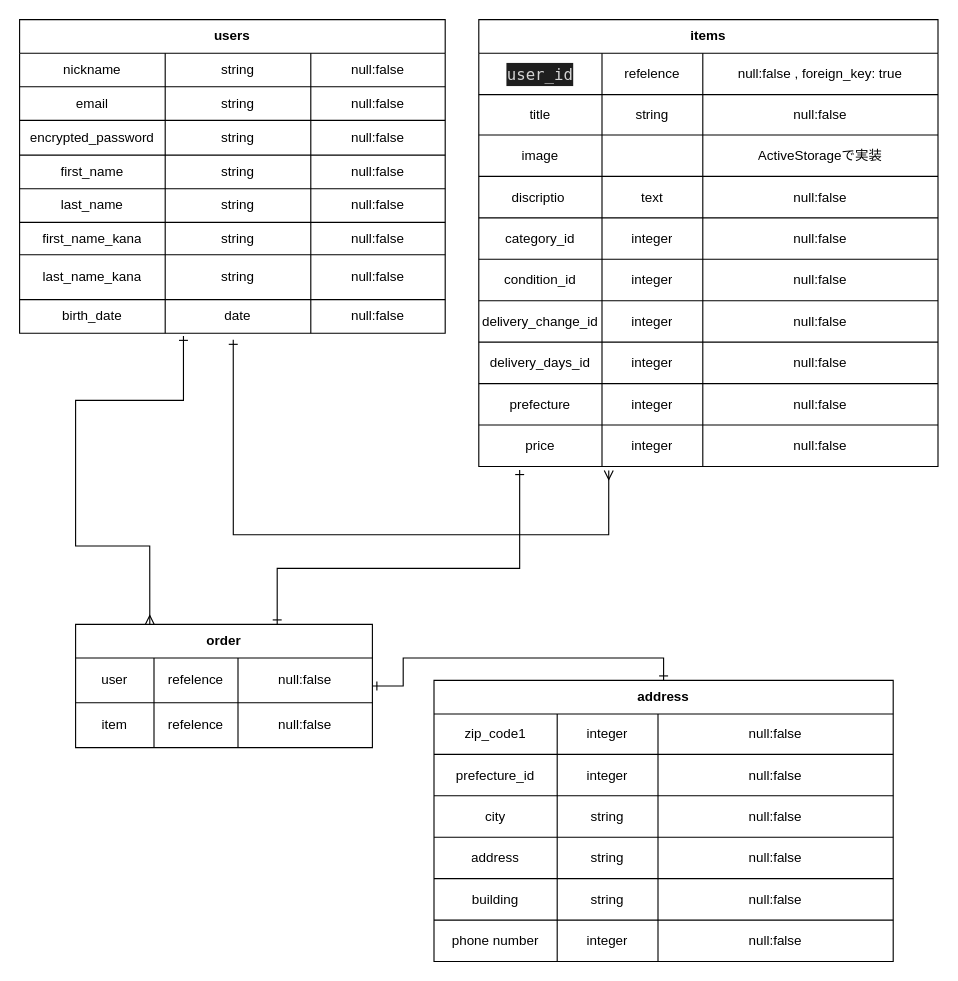
Before: er.dio in songman78/furima-34543, a draw.io diagram. Source tidied: cells renumbered, new cells numbered last; positions are measured from the earlier drawing's top-left corner, leaving out a move shared by most shapes. Both pictures are drawn from the tidied source at 112%, with x=0, y=0 at pixel (19, 19).
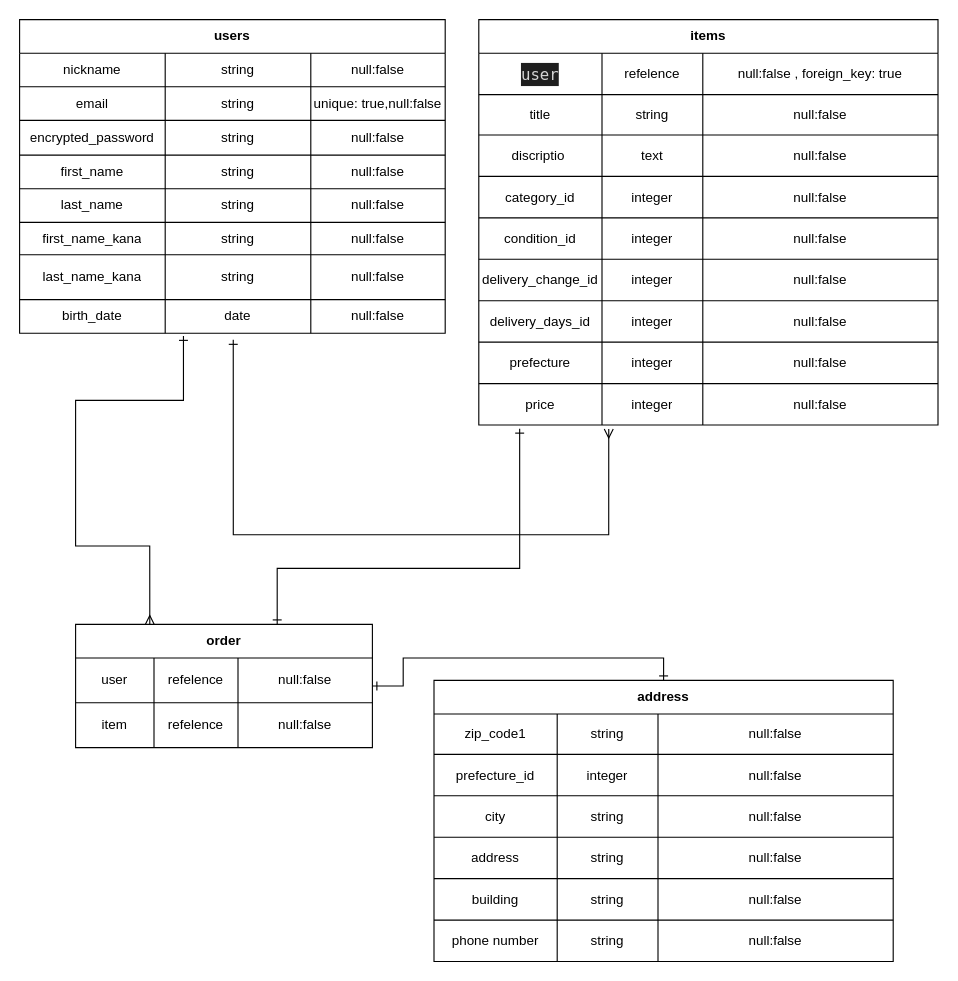
Above is the later version.

Commit message (it also covers changes not shown here):
データベース修正完了２

The change refers to these unchanged cells:
```xml
<mxCell id="8" style="shape=partialRectangle;html=1;whiteSpace=wrap;fillColor=none;top=0;left=0;bottom=0;right=0;" parent="3" vertex="1">
  <mxGeometry y="60" width="380" height="30" as="geometry" />
</mxCell>
<mxCell id="38" style="shape=partialRectangle;html=1;whiteSpace=wrap;fillColor=none;top=0;left=0;bottom=0;right=0;" parent="37" vertex="1">
  <mxGeometry y="30" width="410" height="37" as="geometry" />
</mxCell>
<mxCell id="90" style="shape=partialRectangle;html=1;whiteSpace=wrap;fillColor=none;top=0;left=0;bottom=0;right=0;" parent="89" vertex="1">
  <mxGeometry y="30" width="410" height="36" as="geometry" />
</mxCell>
<mxCell id="110" style="shape=partialRectangle;html=1;whiteSpace=wrap;fillColor=none;top=0;left=0;bottom=0;right=0;" parent="89" vertex="1">
  <mxGeometry y="214" width="410" height="37" as="geometry" />
</mxCell>
```

The edit, as a diff of the source:
```diff
@@
-    <mxCell id="11" value="null:false" style="shape=partialRectangle;html=1;whiteSpace=wrap;fillColor=none;top=0;left=0;bottom=0;right=0;overflow=hidden;" parent="8" vertex="1">
+    <mxCell id="11" value="unique: true,null:false" style="shape=partialRectangle;html=1;whiteSpace=wrap;fillColor=none;top=0;left=0;bottom=0;right=0;overflow=hidden;" parent="8" vertex="1">
       <mxGeometry x="260" width="120" height="30" as="geometry" />
     </mxCell>
@@
     <mxCell id="37" value="items" style="shape=table;html=1;whiteSpace=wrap;startSize=30;childLayout=tableLayout;fontStyle=1;align=center;" parent="1" vertex="1">
-      <mxGeometry x="410" width="410" height="399" as="geometry" />
+      <mxGeometry x="410" width="410" height="362" as="geometry" />
     </mxCell>
@@
-    <mxCell id="39" value="&lt;div style=&quot;color: rgb(212 , 212 , 212) ; background-color: rgb(30 , 30 , 30) ; font-family: &amp;#34;ricty diminished&amp;#34; , &amp;#34;menlo&amp;#34; , &amp;#34;monaco&amp;#34; , &amp;#34;courier new&amp;#34; , monospace ; font-weight: normal ; font-size: 14px ; line-height: 21px&quot;&gt;user_id&lt;/div&gt;" style="shape=partialRectangle;html=1;whiteSpace=wrap;top=0;left=0;bottom=0;right=0;overflow=hidden;fillColor=none;align=center;" parent="38" vertex="1">
+    <mxCell id="39" value="&lt;div style=&quot;color: rgb(212 , 212 , 212) ; background-color: rgb(30 , 30 , 30) ; font-family: &amp;#34;ricty diminished&amp;#34; , &amp;#34;menlo&amp;#34; , &amp;#34;monaco&amp;#34; , &amp;#34;courier new&amp;#34; , monospace ; font-weight: normal ; font-size: 14px ; line-height: 21px&quot;&gt;user&lt;/div&gt;" style="shape=partialRectangle;html=1;whiteSpace=wrap;top=0;left=0;bottom=0;right=0;overflow=hidden;fillColor=none;align=center;" parent="38" vertex="1">
       <mxGeometry width="110" height="37" as="geometry" />
     </mxCell>
@@
-    <mxCell id="46" style="shape=partialRectangle;html=1;whiteSpace=wrap;fillColor=none;top=0;left=0;bottom=0;right=0;" parent="37" vertex="1">
-      <mxGeometry y="103" width="410" height="37" as="geometry" />
-    </mxCell>
-    <mxCell id="47" value="image" style="shape=partialRectangle;html=1;whiteSpace=wrap;fillColor=none;top=0;left=0;bottom=0;right=0;overflow=hidden;" parent="46" vertex="1">
-      <mxGeometry width="110" height="37" as="geometry" />
-    </mxCell>
-    <mxCell id="48" style="shape=partialRectangle;html=1;whiteSpace=wrap;fillColor=none;top=0;left=0;bottom=0;right=0;overflow=hidden;" parent="46" vertex="1">
-      <mxGeometry x="110" width="90" height="37" as="geometry" />
-    </mxCell>
-    <mxCell id="49" value="ActiveStorageで実装" style="shape=partialRectangle;html=1;whiteSpace=wrap;fillColor=none;top=0;left=0;bottom=0;right=0;overflow=hidden;" parent="46" vertex="1">
-      <mxGeometry x="200" width="210" height="37" as="geometry" />
-    </mxCell>
     <mxCell id="50" style="shape=partialRectangle;html=1;whiteSpace=wrap;fillColor=none;top=0;left=0;bottom=0;right=0;" parent="37" vertex="1">
-      <mxGeometry y="140" width="410" height="37" as="geometry" />
+      <mxGeometry y="103" width="410" height="37" as="geometry" />
     </mxCell>
@@
     <mxCell id="54" style="shape=partialRectangle;html=1;whiteSpace=wrap;fillColor=none;top=0;left=0;bottom=0;right=0;" parent="37" vertex="1">
-      <mxGeometry y="177" width="410" height="37" as="geometry" />
+      <mxGeometry y="140" width="410" height="37" as="geometry" />
     </mxCell>
@@
     <mxCell id="58" style="shape=partialRectangle;html=1;whiteSpace=wrap;fillColor=none;top=0;left=0;bottom=0;right=0;" parent="37" vertex="1">
-      <mxGeometry y="214" width="410" height="37" as="geometry" />
+      <mxGeometry y="177" width="410" height="37" as="geometry" />
     </mxCell>
@@
     <mxCell id="62" style="shape=partialRectangle;html=1;whiteSpace=wrap;fillColor=none;top=0;left=0;bottom=0;right=0;" parent="37" vertex="1">
-      <mxGeometry y="251" width="410" height="37" as="geometry" />
+      <mxGeometry y="214" width="410" height="37" as="geometry" />
     </mxCell>
@@
     <mxCell id="66" style="shape=partialRectangle;html=1;whiteSpace=wrap;fillColor=none;top=0;left=0;bottom=0;right=0;" parent="37" vertex="1">
-      <mxGeometry y="288" width="410" height="37" as="geometry" />
+      <mxGeometry y="251" width="410" height="37" as="geometry" />
     </mxCell>
@@
     <mxCell id="70" style="shape=partialRectangle;html=1;whiteSpace=wrap;fillColor=none;top=0;left=0;bottom=0;right=0;" parent="37" vertex="1">
-      <mxGeometry y="325" width="410" height="37" as="geometry" />
+      <mxGeometry y="288" width="410" height="37" as="geometry" />
     </mxCell>
@@
     <mxCell id="74" style="shape=partialRectangle;html=1;whiteSpace=wrap;fillColor=none;top=0;left=0;bottom=0;right=0;points=[[0,0.5],[1,0.5]];portConstraint=eastwest;" parent="37" vertex="1">
-      <mxGeometry y="362" width="410" height="37" as="geometry" />
+      <mxGeometry y="325" width="410" height="37" as="geometry" />
     </mxCell>
@@
-    <mxCell id="92" value="integer" style="shape=partialRectangle;html=1;whiteSpace=wrap;fillColor=none;top=0;left=0;bottom=0;right=0;overflow=hidden;" parent="90" vertex="1">
+    <mxCell id="92" value="string" style="shape=partialRectangle;html=1;whiteSpace=wrap;fillColor=none;top=0;left=0;bottom=0;right=0;overflow=hidden;" parent="90" vertex="1">
       <mxGeometry x="110" width="90" height="36" as="geometry" />
     </mxCell>
@@
-    <mxCell id="112" value="integer" style="shape=partialRectangle;html=1;whiteSpace=wrap;fillColor=none;top=0;left=0;bottom=0;right=0;overflow=hidden;" parent="110" vertex="1">
+    <mxCell id="112" value="string" style="shape=partialRectangle;html=1;whiteSpace=wrap;fillColor=none;top=0;left=0;bottom=0;right=0;overflow=hidden;" parent="110" vertex="1">
       <mxGeometry x="110" width="90" height="37" as="geometry" />
     </mxCell>
```
